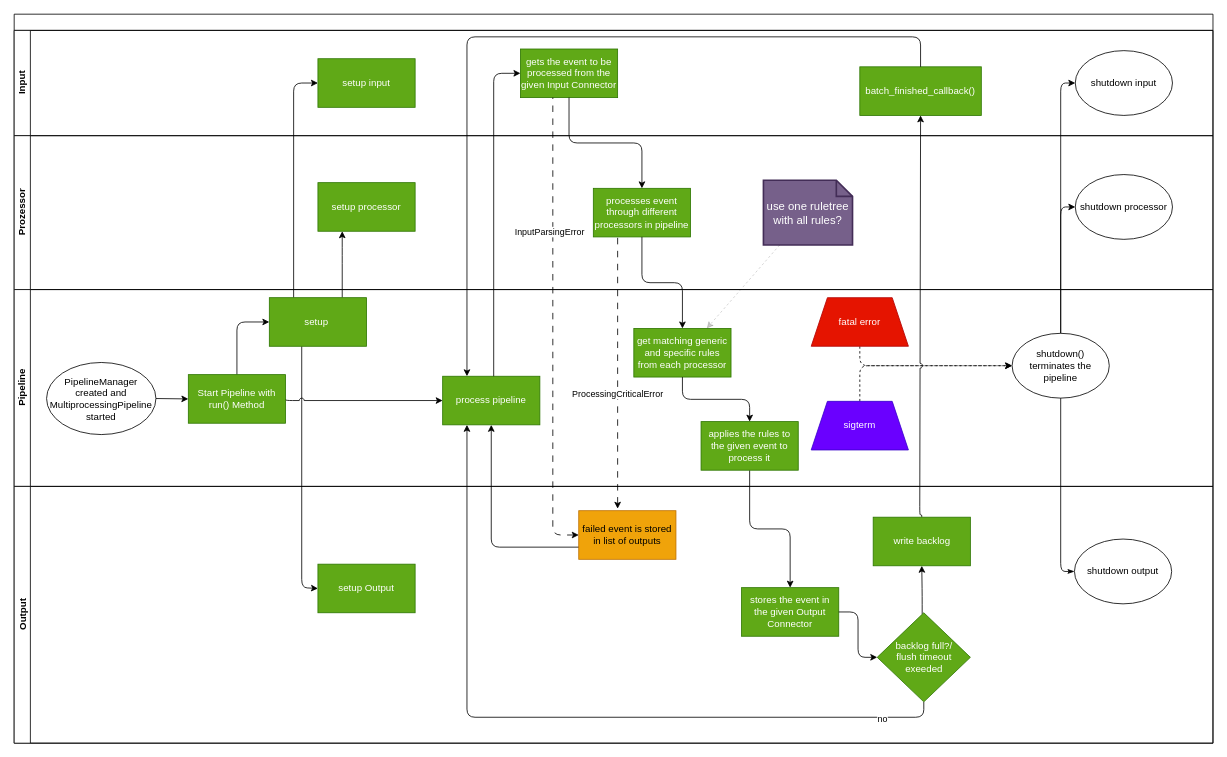
Earlier version of the draw.io diagram doc/source/development/architecture/diagramms/pipeline.drawio (fkie-cad/Logprep). Source tidied: cells renumbered, new cells numbered last; positions are measured from the earlier drawing's top-left corner, leaving out a move shared by most shapes. Both pictures are drawn from the tidied source at 81%, with x=0, y=0 at pixel (14, 14).
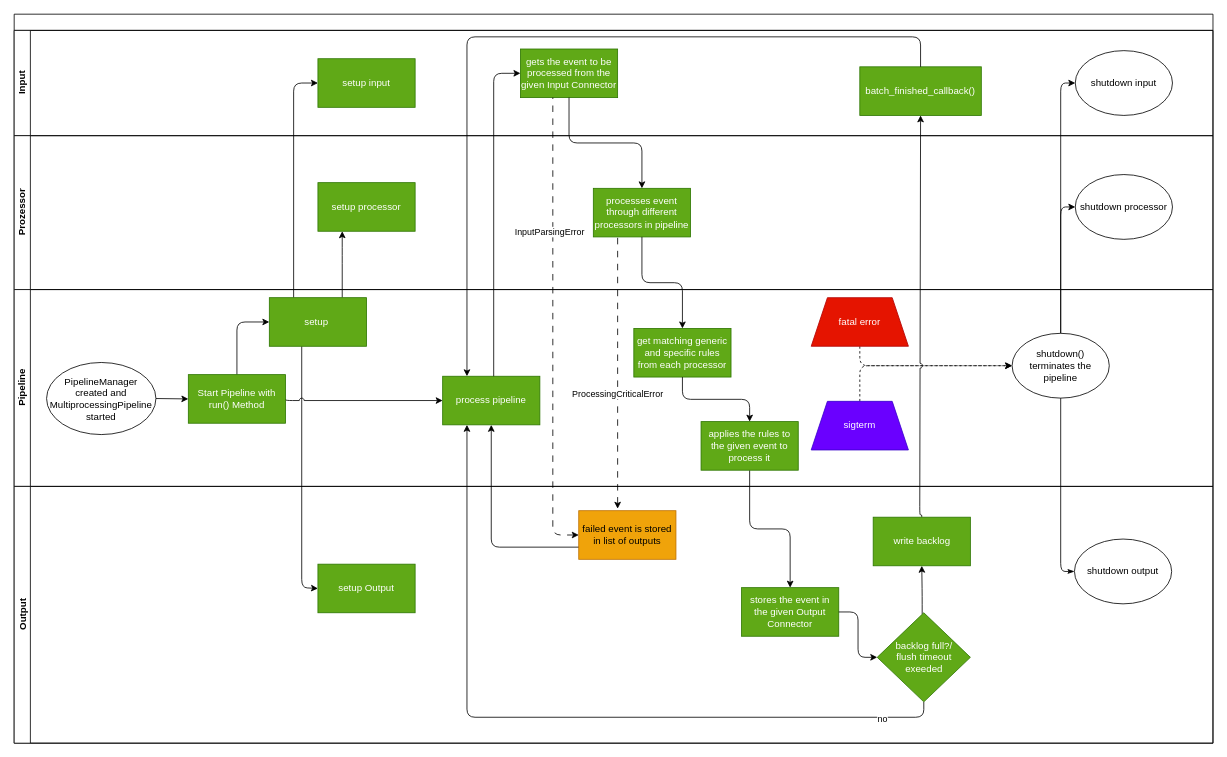
The same page after the edit.

Commit message (it also covers changes not shown here):
update processor diagramm

The change refers to these unchanged cells:
```xml
<mxCell id="2" value="&lt;br&gt;" style="swimlane;horizontal=1;startSize=20;html=1;" parent="1" vertex="1">
  <mxGeometry width="1480" height="900" as="geometry" />
</mxCell>
<mxCell id="9" value="Prozessor" style="swimlane;startSize=20;horizontal=0;html=1;" parent="2" vertex="1">
  <mxGeometry y="150" width="1480" height="190" as="geometry" />
</mxCell>
<mxCell id="35" value="get matching generic and specific rules from each processor" style="whiteSpace=wrap;html=1;fillColor=#60a917;fontColor=#ffffff;strokeColor=#2D7600;" parent="26" vertex="1">
  <mxGeometry x="765" y="48" width="120" height="60" as="geometry" />
</mxCell>
```

The edit, as a diff of the source:
```diff
@@
-    <mxCell id="12" value="use one ruletree with all rules?" style="shape=note;strokeWidth=2;fontSize=14;size=20;whiteSpace=wrap;html=1;fillColor=#76608a;strokeColor=#432D57;fontColor=#ffffff;" parent="9" vertex="1">
-      <mxGeometry x="925" y="55" width="110" height="80" as="geometry" />
-    </mxCell>
@@
-    <mxCell id="50" style="edgeStyle=none;html=1;entryX=0.75;entryY=0;entryDx=0;entryDy=0;opacity=20;dashed=1;" parent="2" edge="1" source="12" target="35">
-      <mxGeometry relative="1" as="geometry" />
-    </mxCell>
```
